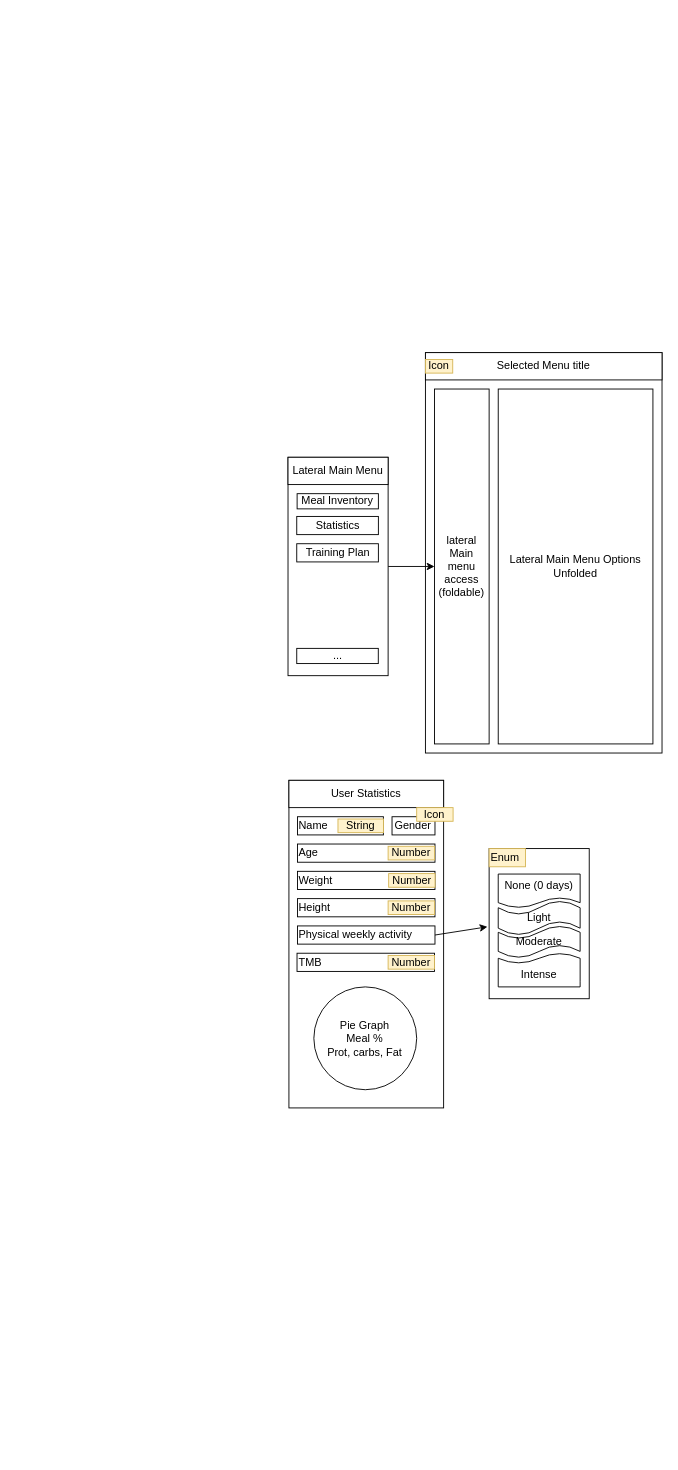
LMDElectronics/MyFitApp keeps this draw.io diagram as appDiagram.drawio. Above is the earlier version. Source tidied: cells renumbered, new cells numbered last; positions are measured from the earlier drawing's top-left corner, leaving out a move shared by most shapes. Both pictures are drawn from the tidied source at 91%, with x=0, y=0 at pixel (288, 352).
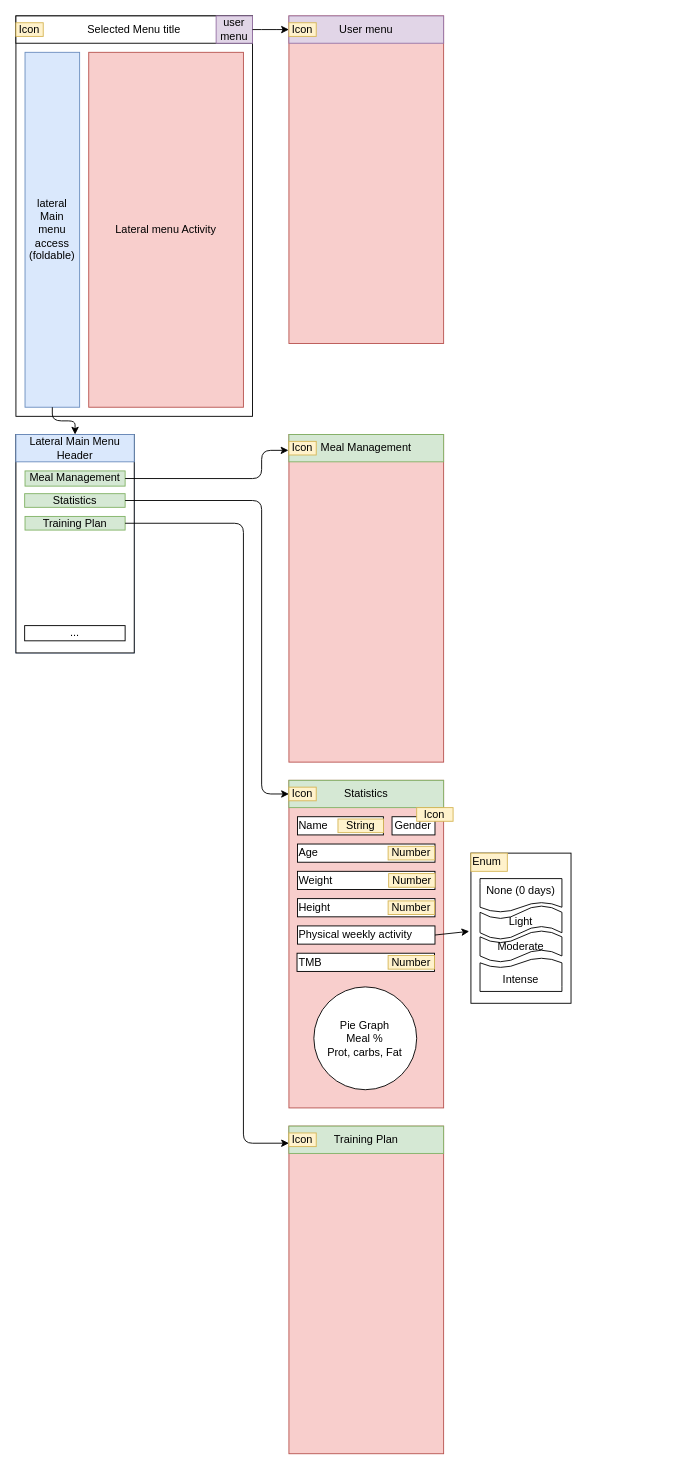
Above is the later version.

The edit, as a diff of the source:
```diff
@@
-    <mxCell id="2" style="rounded=0;whiteSpace=wrap;html=1;align=left;" parent="1" vertex="1">
-      <mxGeometry x="221" y="545" width="110" height="165" as="geometry" />
-    </mxCell>
-    <mxCell id="3" value="None (0 days)" style="shape=document;whiteSpace=wrap;html=1;boundedLbl=1;align=center;" parent="1" vertex="1">
-      <mxGeometry x="231" y="573" width="90" height="37" as="geometry" />
-    </mxCell>
-    <mxCell id="4" value="Intense" style="shape=document;whiteSpace=wrap;html=1;boundedLbl=1;align=center;direction=west;" parent="1" vertex="1">
-      <mxGeometry x="231" y="660" width="90" height="37" as="geometry" />
-    </mxCell>
     <mxCell id="5" style="rounded=0;whiteSpace=wrap;html=1;" parent="1" vertex="1">
-      <mxGeometry x="151" width="260" height="440" as="geometry" />
+      <mxGeometry x="-299" y="-370" width="260" height="440" as="geometry" />
     </mxCell>
     <mxCell id="6" value="Selected Menu title" style="rounded=0;whiteSpace=wrap;html=1;" parent="1" vertex="1">
-      <mxGeometry x="151" width="260" height="30" as="geometry" />
+      <mxGeometry x="-299" y="-370" width="260" height="30" as="geometry" />
     </mxCell>
-    <mxCell id="7" value="lateral&lt;br&gt;Main&lt;br&gt;menu&lt;br&gt;access&lt;br&gt;(foldable)" style="rounded=0;whiteSpace=wrap;html=1;" parent="1" vertex="1">
-      <mxGeometry x="161" y="40" width="60" height="390" as="geometry" />
+    <mxCell id="7" value="lateral&lt;br&gt;Main&lt;br&gt;menu&lt;br&gt;access&lt;br&gt;(foldable)" style="rounded=0;whiteSpace=wrap;html=1;fillColor=#dae8fc;strokeColor=#6c8ebf;" parent="1" vertex="1">
+      <mxGeometry x="-289" y="-330" width="60" height="390" as="geometry" />
     </mxCell>
-    <mxCell id="8" value="Lateral Main Menu Options&lt;br&gt;Unfolded" style="rounded=0;whiteSpace=wrap;html=1;" parent="1" vertex="1">
-      <mxGeometry x="231" y="40" width="170" height="390" as="geometry" />
+    <mxCell id="8" value="Lateral menu Activity" style="rounded=0;whiteSpace=wrap;html=1;fillColor=#f8cecc;strokeColor=#b85450;" parent="1" vertex="1">
+      <mxGeometry x="-219" y="-330" width="170" height="390" as="geometry" />
     </mxCell>
-    <mxCell id="9" style="endArrow=classic;html=1;exitX=1;exitY=0.5;exitDx=0;exitDy=0;entryX=0;entryY=0.5;entryDx=0;entryDy=0;" parent="1" edge="1" source="11" target="7">
-      <mxGeometry relative="1" as="geometry" />
-    </mxCell>
-    <mxCell id="10" style="group;" parent="1" vertex="1">
-      <mxGeometry y="115" width="110" height="240" as="geometry" />
+    <mxCell id="10" style="group;fillColor=#dae8fc;strokeColor=#6c8ebf;" parent="1" vertex="1">
+      <mxGeometry x="-299" y="90" width="130" height="240" as="geometry" />
     </mxCell>
-    <mxCell id="11" style="rounded=0;whiteSpace=wrap;html=1;" parent="10" vertex="1">
-      <mxGeometry width="110" height="240" as="geometry" />
-    </mxCell>
-    <mxCell id="12" value="Meal Inventory" style="rounded=0;whiteSpace=wrap;html=1;" parent="10" vertex="1">
-      <mxGeometry x="10" y="40" width="89.3" height="16.7" as="geometry" />
-    </mxCell>
-    <mxCell id="13" value="Statistics" style="rounded=0;whiteSpace=wrap;html=1;" parent="10" vertex="1">
-      <mxGeometry x="9.6" y="65" width="89.7" height="20" as="geometry" />
-    </mxCell>
-    <mxCell id="14" value="Lateral Main Menu" style="rounded=0;whiteSpace=wrap;html=1;" parent="10" vertex="1">
-      <mxGeometry width="110" height="30" as="geometry" />
-    </mxCell>
-    <mxCell id="15" value="..." style="rounded=0;whiteSpace=wrap;html=1;" parent="10" vertex="1">
-      <mxGeometry x="9.6" y="210" width="89.6" height="16.7" as="geometry" />
-    </mxCell>
-    <mxCell id="16" value="Training Plan" style="rounded=0;whiteSpace=wrap;html=1;align=center;" parent="10" vertex="1">
-      <mxGeometry x="9.6" y="95" width="89.7" height="20" as="geometry" />
-    </mxCell>
-    <mxCell id="17" style="rounded=0;whiteSpace=wrap;html=1;" parent="1" vertex="1">
+    <mxCell id="17" style="rounded=0;whiteSpace=wrap;html=1;fillColor=#f8cecc;strokeColor=#b85450;" parent="1" vertex="1">
       <mxGeometry x="1" y="470" width="170" height="360" as="geometry" />
     </mxCell>
-    <mxCell id="18" value="User Statistics" style="rounded=0;whiteSpace=wrap;html=1;" parent="1" vertex="1">
+    <mxCell id="18" value="Statistics" style="rounded=0;whiteSpace=wrap;html=1;fillColor=#d5e8d4;strokeColor=#82b366;" parent="1" vertex="1">
       <mxGeometry x="1" y="470" width="170" height="30" as="geometry" />
     </mxCell>
@@
-    <mxCell id="31" value="Enum" style="rounded=0;whiteSpace=wrap;html=1;align=left;fillColor=#fff2cc;strokeColor=#d6b656;" parent="1" vertex="1">
-      <mxGeometry x="221" y="545" width="40" height="20" as="geometry" />
-    </mxCell>
-    <mxCell id="32" value="Light" style="shape=tape;whiteSpace=wrap;html=1;align=center;" parent="1" vertex="1">
-      <mxGeometry x="231" y="602.5" width="90" height="37.5" as="geometry" />
-    </mxCell>
-    <mxCell id="33" value="Moderate" style="shape=tape;whiteSpace=wrap;html=1;align=center;" parent="1" vertex="1">
-      <mxGeometry x="231" y="630" width="90" height="35" as="geometry" />
-    </mxCell>
@@
     <mxCell id="36" value="Icon" style="rounded=0;whiteSpace=wrap;html=1;fillColor=#fff2cc;strokeColor=#d6b656;" parent="1" vertex="1">
-      <mxGeometry x="151" y="7.5" width="30" height="15" as="geometry" />
+      <mxGeometry x="-299" y="-362.5" width="30" height="15" as="geometry" />
     </mxCell>
@@
+    <mxCell id="11" style="rounded=0;whiteSpace=wrap;html=1;" parent="1" vertex="1">
+      <mxGeometry x="-299" y="90" width="130" height="240" as="geometry" />
+    </mxCell>
+    <mxCell id="12" value="Meal Management" style="rounded=0;whiteSpace=wrap;html=1;fillColor=#d5e8d4;strokeColor=#82b366;" parent="1" vertex="1">
+      <mxGeometry x="-289" y="130" width="110" height="16.7" as="geometry" />
+    </mxCell>
+    <mxCell id="13" value="Statistics" style="rounded=0;whiteSpace=wrap;html=1;fillColor=#d5e8d4;strokeColor=#82b366;" parent="1" vertex="1">
+      <mxGeometry x="-289.4" y="155" width="110.4" height="15" as="geometry" />
+    </mxCell>
+    <mxCell id="14" value="Lateral Main Menu&lt;br&gt;Header" style="rounded=0;whiteSpace=wrap;html=1;fillColor=#dae8fc;strokeColor=#6c8ebf;" parent="1" vertex="1">
+      <mxGeometry x="-299" y="90" width="130" height="30" as="geometry" />
+    </mxCell>
+    <mxCell id="15" value="..." style="rounded=0;whiteSpace=wrap;html=1;" parent="1" vertex="1">
+      <mxGeometry x="-289.4" y="300" width="110.4" height="16.7" as="geometry" />
+    </mxCell>
+    <mxCell id="16" value="Training Plan" style="rounded=0;whiteSpace=wrap;html=1;align=center;fillColor=#d5e8d4;strokeColor=#82b366;" parent="1" vertex="1">
+      <mxGeometry x="-289" y="180" width="110" height="15" as="geometry" />
+    </mxCell>
+    <mxCell id="38" style="rounded=0;whiteSpace=wrap;html=1;fillColor=#f8cecc;strokeColor=#b85450;" parent="1" vertex="1">
+      <mxGeometry x="1" y="90" width="170" height="360" as="geometry" />
+    </mxCell>
+    <mxCell id="39" value="Meal Management" style="rounded=0;whiteSpace=wrap;html=1;fillColor=#d5e8d4;strokeColor=#82b366;" parent="1" vertex="1">
+      <mxGeometry x="1" y="90" width="170" height="30" as="geometry" />
+    </mxCell>
+    <mxCell id="40" style="group;" parent="1" vertex="1">
+      <mxGeometry x="201" y="550" width="110" height="165" as="geometry" />
+    </mxCell>
+    <mxCell id="2" style="rounded=0;whiteSpace=wrap;html=1;align=left;" parent="40" vertex="1">
+      <mxGeometry width="110" height="165" as="geometry" />
+    </mxCell>
+    <mxCell id="3" value="None (0 days)" style="shape=document;whiteSpace=wrap;html=1;boundedLbl=1;align=center;" parent="40" vertex="1">
+      <mxGeometry x="10" y="28" width="90" height="37" as="geometry" />
+    </mxCell>
+    <mxCell id="4" value="Intense" style="shape=document;whiteSpace=wrap;html=1;boundedLbl=1;align=center;direction=west;" parent="40" vertex="1">
+      <mxGeometry x="10" y="115" width="90" height="37" as="geometry" />
+    </mxCell>
+    <mxCell id="31" value="Enum" style="rounded=0;whiteSpace=wrap;html=1;align=left;fillColor=#fff2cc;strokeColor=#d6b656;" parent="40" vertex="1">
+      <mxGeometry width="40" height="20" as="geometry" />
+    </mxCell>
+    <mxCell id="32" value="Light" style="shape=tape;whiteSpace=wrap;html=1;align=center;" parent="40" vertex="1">
+      <mxGeometry x="10" y="57.5" width="90" height="37.5" as="geometry" />
+    </mxCell>
+    <mxCell id="33" value="Moderate" style="shape=tape;whiteSpace=wrap;html=1;align=center;" parent="40" vertex="1">
+      <mxGeometry x="10" y="85" width="90" height="35" as="geometry" />
+    </mxCell>
+    <mxCell id="41" style="endArrow=classic;html=1;strokeColor=#000000;edgeStyle=orthogonalEdgeStyle;entryX=-0.003;entryY=0.58;entryDx=0;entryDy=0;entryPerimeter=0;exitX=1;exitY=0.5;exitDx=0;exitDy=0;" parent="1" edge="1" source="12" target="39">
+      <mxGeometry relative="1" as="geometry">
+        <Array as="points">
+          <mxPoint x="-29" y="138" />
+          <mxPoint x="-29" y="107" />
+        </Array>
+      </mxGeometry>
+    </mxCell>
+    <mxCell id="42" style="endArrow=classic;html=1;strokeColor=#000000;edgeStyle=orthogonalEdgeStyle;entryX=0;entryY=0.5;entryDx=0;entryDy=0;exitX=1;exitY=0.5;exitDx=0;exitDy=0;" parent="1" edge="1" source="13" target="18">
+      <mxGeometry relative="1" as="geometry">
+        <Array as="points">
+          <mxPoint x="-29" y="163" />
+          <mxPoint x="-29" y="485" />
+        </Array>
+      </mxGeometry>
+    </mxCell>
+    <mxCell id="43" style="endArrow=classic;html=1;strokeColor=#000000;edgeStyle=orthogonalEdgeStyle;exitX=0.5;exitY=1;exitDx=0;exitDy=0;" parent="1" edge="1" source="7" target="14">
+      <mxGeometry relative="1" as="geometry" />
+    </mxCell>
+    <mxCell id="44" value="Icon" style="rounded=0;whiteSpace=wrap;html=1;fillColor=#fff2cc;strokeColor=#d6b656;" parent="1" vertex="1">
+      <mxGeometry x="1" y="97.5" width="30" height="15" as="geometry" />
+    </mxCell>
+    <mxCell id="45" value="Icon" style="rounded=0;whiteSpace=wrap;html=1;fillColor=#fff2cc;strokeColor=#d6b656;" parent="1" vertex="1">
+      <mxGeometry x="1" y="477.5" width="30" height="15" as="geometry" />
+    </mxCell>
+    <mxCell id="46" value="user&lt;br&gt;menu" style="rounded=0;whiteSpace=wrap;html=1;align=center;fillColor=#e1d5e7;strokeColor=#9673a6;" parent="1" vertex="1">
+      <mxGeometry x="-79" y="-370" width="40" height="30" as="geometry" />
+    </mxCell>
+    <mxCell id="47" style="rounded=0;whiteSpace=wrap;html=1;fillColor=#f8cecc;strokeColor=#b85450;" parent="1" vertex="1">
+      <mxGeometry x="1" y="-370" width="170" height="360" as="geometry" />
+    </mxCell>
+    <mxCell id="48" value="User menu" style="rounded=0;whiteSpace=wrap;html=1;fillColor=#e1d5e7;strokeColor=#9673a6;" parent="1" vertex="1">
+      <mxGeometry x="1" y="-370" width="170" height="30" as="geometry" />
+    </mxCell>
+    <mxCell id="49" value="Icon" style="rounded=0;whiteSpace=wrap;html=1;fillColor=#fff2cc;strokeColor=#d6b656;" parent="1" vertex="1">
+      <mxGeometry x="1" y="-362.5" width="30" height="15" as="geometry" />
+    </mxCell>
+    <mxCell id="50" style="endArrow=classic;html=1;strokeColor=#000000;edgeStyle=orthogonalEdgeStyle;exitX=1;exitY=0.5;exitDx=0;exitDy=0;" parent="1" edge="1" source="46">
+      <mxGeometry relative="1" as="geometry">
+        <mxPoint x="1" y="-355" as="targetPoint" />
+      </mxGeometry>
+    </mxCell>
+    <mxCell id="51" style="rounded=0;whiteSpace=wrap;html=1;fillColor=#f8cecc;strokeColor=#b85450;" parent="1" vertex="1">
+      <mxGeometry x="1" y="850" width="170" height="360" as="geometry" />
+    </mxCell>
+    <mxCell id="52" value="Training Plan" style="rounded=0;whiteSpace=wrap;html=1;fillColor=#d5e8d4;strokeColor=#82b366;" parent="1" vertex="1">
+      <mxGeometry x="1" y="850" width="170" height="30" as="geometry" />
+    </mxCell>
+    <mxCell id="53" value="Icon" style="rounded=0;whiteSpace=wrap;html=1;fillColor=#fff2cc;strokeColor=#d6b656;" parent="1" vertex="1">
+      <mxGeometry x="1" y="857.5" width="30" height="15" as="geometry" />
+    </mxCell>
+    <mxCell id="54" style="endArrow=classic;html=1;strokeColor=#000000;edgeStyle=orthogonalEdgeStyle;exitX=1;exitY=0.5;exitDx=0;exitDy=0;entryX=0;entryY=0.75;entryDx=0;entryDy=0;" parent="1" edge="1" source="16" target="53">
+      <mxGeometry relative="1" as="geometry">
+        <Array as="points">
+          <mxPoint x="-49" y="188" />
+          <mxPoint x="-49" y="869" />
+        </Array>
+      </mxGeometry>
+    </mxCell>
```
